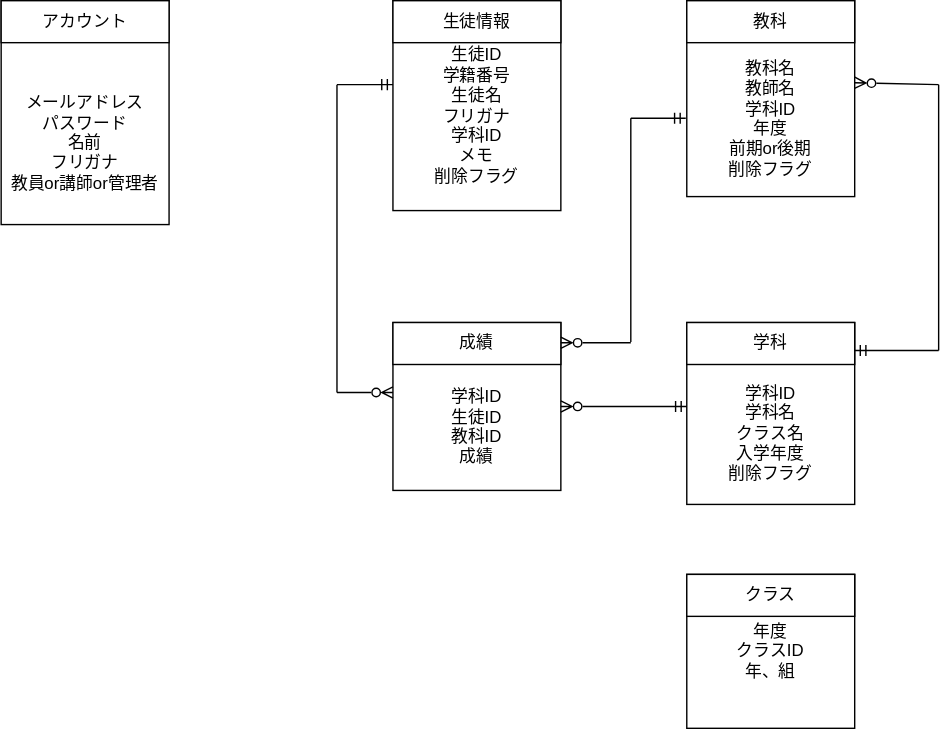
Before: b.drawio.svg, a diagram exported from draw.io (nakamachiJP/uml-introduction). Source tidied: cells renumbered, new cells last; positions are measured from the earlier drawing's top-left corner, leaving out a move shared by most shapes.
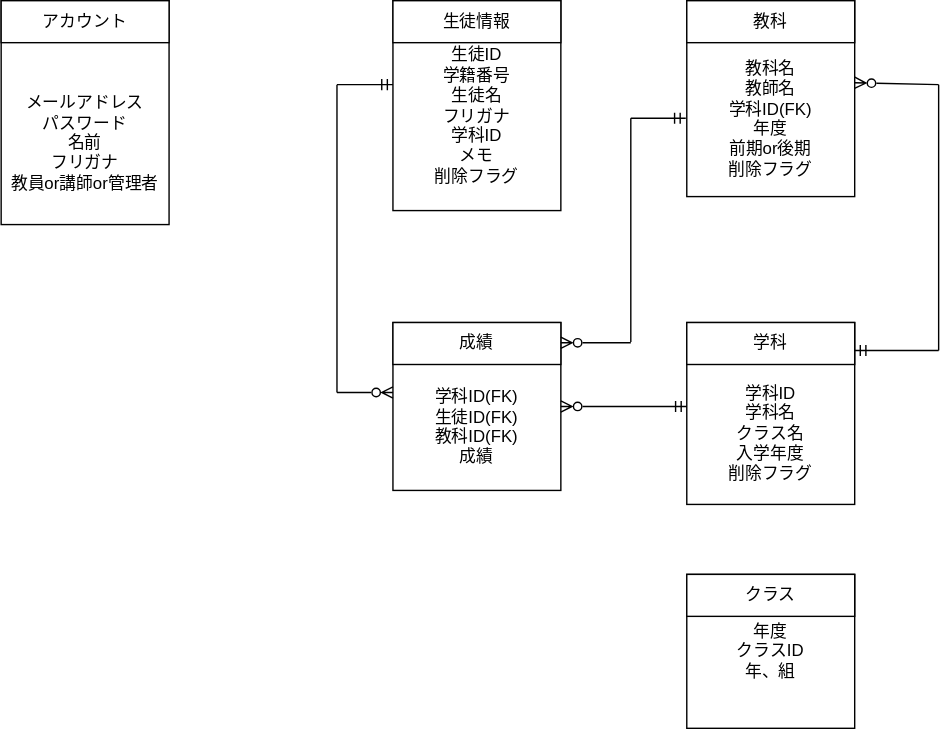
The same diagram one commit later.

What changed in the source:
```diff
@@ -14,13 +14,13 @@
     <mxCell id="5" value="生徒情報" style="rounded=0;whiteSpace=wrap;html=1;" parent="1" vertex="1">
       <mxGeometry x="280" width="120" height="30" as="geometry" />
     </mxCell>
-    <mxCell id="6" value="&lt;br&gt;&lt;br&gt;学科ID&lt;br&gt;生徒ID&lt;br&gt;教科ID&lt;br&gt;成績" style="rounded=0;whiteSpace=wrap;html=1;" parent="1" vertex="1">
+    <mxCell id="6" value="&lt;br&gt;&lt;br&gt;学科ID(FK)&lt;br&gt;生徒ID(FK)&lt;br&gt;教科ID(FK)&lt;br&gt;成績" style="rounded=0;whiteSpace=wrap;html=1;" parent="1" vertex="1">
       <mxGeometry x="280" y="230" width="120" height="120" as="geometry" />
     </mxCell>
     <mxCell id="7" value="成績" style="rounded=0;whiteSpace=wrap;html=1;" parent="1" vertex="1">
       <mxGeometry x="280" y="230" width="120" height="30" as="geometry" />
     </mxCell>
-    <mxCell id="8" value="&lt;br&gt;&lt;br&gt;教科名&lt;br&gt;教師名&lt;br&gt;学科ID&lt;br&gt;年度&lt;br&gt;前期or後期&lt;br&gt;削除フラグ" style="rounded=0;whiteSpace=wrap;html=1;" parent="1" vertex="1">
+    <mxCell id="8" value="&lt;br&gt;&lt;br&gt;教科名&lt;br&gt;教師名&lt;br&gt;学科ID(FK)&lt;br&gt;年度&lt;br&gt;前期or後期&lt;br&gt;削除フラグ" style="rounded=0;whiteSpace=wrap;html=1;" parent="1" vertex="1">
       <mxGeometry x="490" width="120" height="140" as="geometry" />
     </mxCell>
     <mxCell id="9" value="教科" style="rounded=0;whiteSpace=wrap;html=1;" parent="1" vertex="1">
```
